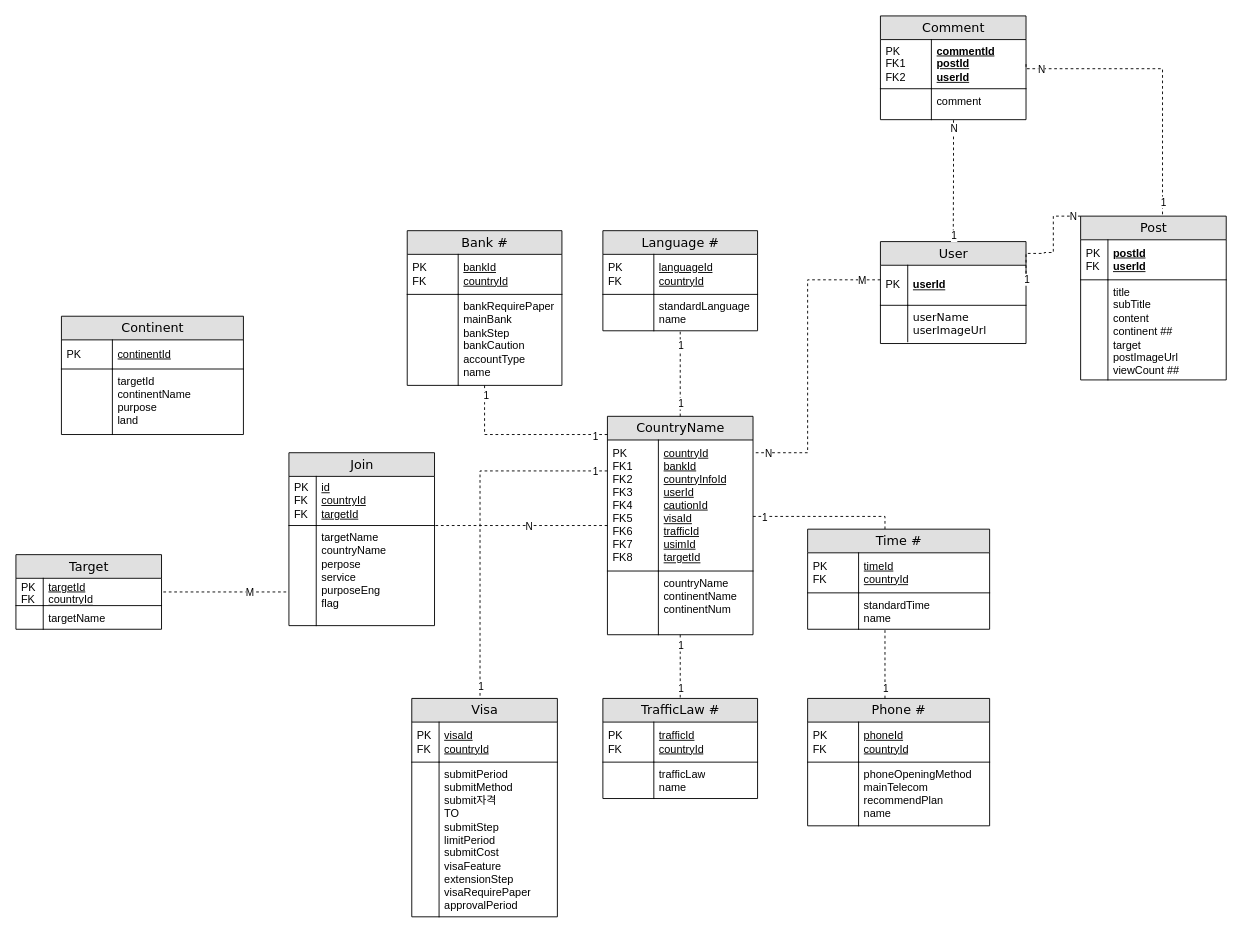
Earlier version of the draw.io diagram ERD.drawio (qwe1234k/finalProjectERD). Source tidied: cells renumbered, new cells numbered last; positions are measured from the earlier drawing's top-left corner, leaving out a move shared by most shapes. Both pictures are drawn from the tidied source at 91%, with x=0, y=0 at pixel (15, 15).
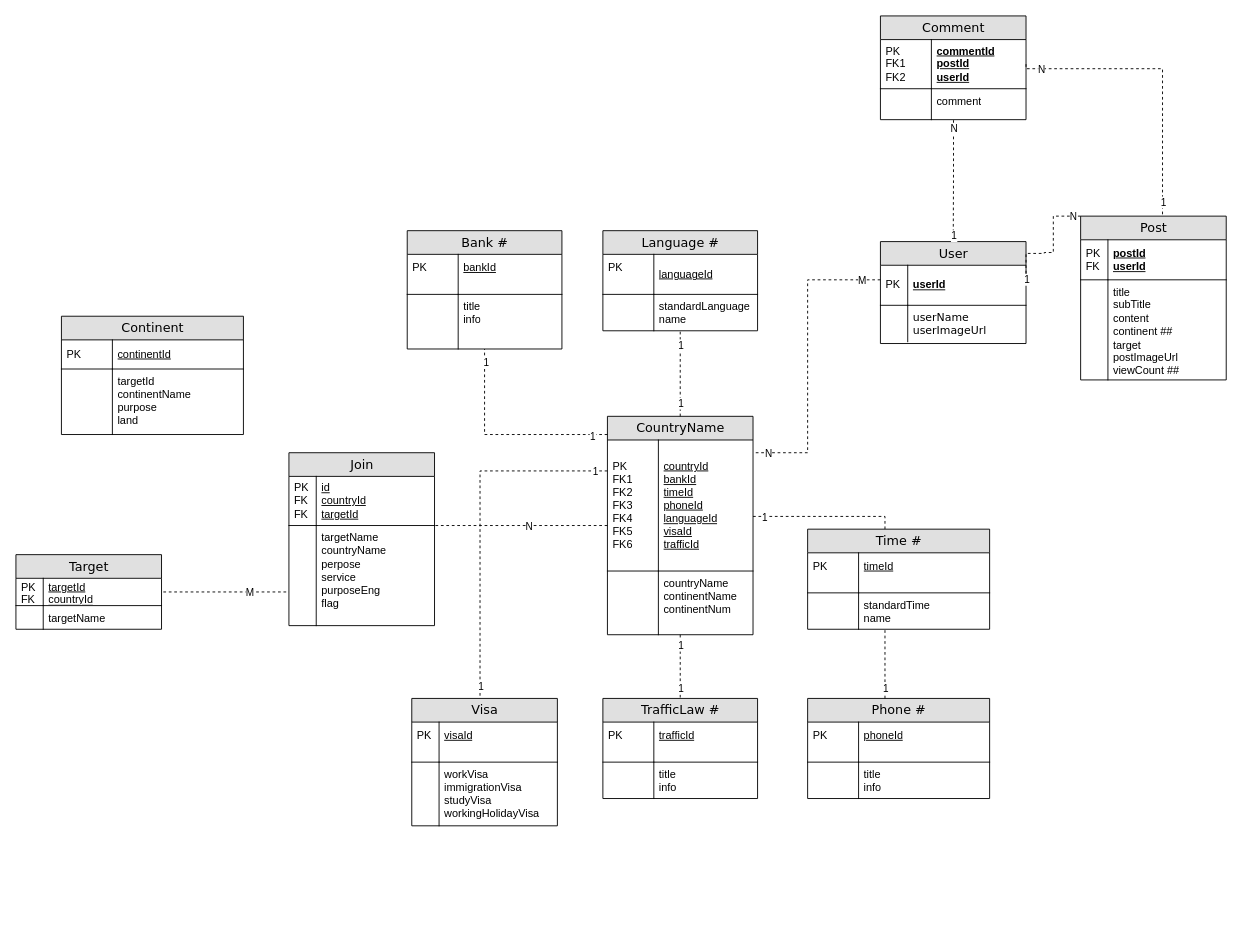
The same diagram, later.

Unchanged cells that the change refers to:
```xml
<mxCell id="12" value="Language #" style="swimlane;html=1;fontStyle=0;horizontal=1;startSize=26;fillColor=#e0e0e0;swimlaneFillColor=#ffffff;align=center;rounded=0;shadow=0;comic=0;labelBackgroundColor=none;strokeWidth=1;fontFamily=Verdana;fontSize=14;" parent="1" vertex="1">
  <mxGeometry x="645" y="236" width="170" height="110" as="geometry" />
</mxCell>
<mxCell id="37" value="TrafficLaw #" style="swimlane;html=1;fontStyle=0;horizontal=1;startSize=26;fillColor=#e0e0e0;swimlaneFillColor=#ffffff;align=center;rounded=0;shadow=0;comic=0;labelBackgroundColor=none;strokeWidth=1;fontFamily=Verdana;fontSize=14;" parent="1" vertex="1">
  <mxGeometry x="645" y="750" width="170" height="110" as="geometry" />
</mxCell>
<mxCell id="47" value="CountryName" style="swimlane;html=1;fontStyle=0;horizontal=1;startSize=26;fillColor=#e0e0e0;swimlaneFillColor=#ffffff;align=center;rounded=0;shadow=0;comic=0;labelBackgroundColor=none;strokeWidth=1;fontFamily=Verdana;fontSize=14;" parent="1" vertex="1">
  <mxGeometry x="650" y="440" width="160" height="240" as="geometry" />
</mxCell>
<mxCell id="82" value="Time #" style="swimlane;html=1;fontStyle=0;horizontal=1;startSize=26;fillColor=#e0e0e0;swimlaneFillColor=#ffffff;align=center;rounded=0;shadow=0;comic=0;labelBackgroundColor=none;strokeWidth=1;fontFamily=Verdana;fontSize=14;" parent="1" vertex="1">
  <mxGeometry x="870" y="564" width="200" height="110" as="geometry" />
</mxCell>
```

Change to the diagram source:
```diff
@@
-    <mxCell id="13" value="languageId&lt;br&gt;countryId" style="shape=partialRectangle;top=0;left=0;right=0;bottom=1;html=1;align=left;verticalAlign=middle;fillColor=none;spacingLeft=60;spacingRight=4;whiteSpace=wrap;overflow=hidden;fontStyle=4;" parent="12" vertex="1">
+    <mxCell id="13" value="languageId&lt;br&gt;" style="shape=partialRectangle;top=0;left=0;right=0;bottom=1;html=1;align=left;verticalAlign=middle;fillColor=none;spacingLeft=60;spacingRight=4;whiteSpace=wrap;overflow=hidden;fontStyle=4;" parent="12" vertex="1">
       <mxGeometry y="26" width="170" height="44" as="geometry" />
     </mxCell>
-    <mxCell id="14" value="&lt;span style=&quot;font-weight: normal&quot;&gt;PK&lt;br&gt;FK&lt;/span&gt;" style="shape=partialRectangle;fontStyle=1;top=0;left=0;bottom=0;html=1;fillColor=none;align=left;verticalAlign=middle;spacingLeft=4;spacingRight=4;whiteSpace=wrap;overflow=hidden;" parent="13" vertex="1">
+    <mxCell id="14" value="&lt;span style=&quot;font-weight: normal&quot;&gt;PK&lt;br&gt;&lt;br&gt;&lt;/span&gt;" style="shape=partialRectangle;fontStyle=1;top=0;left=0;bottom=0;html=1;fillColor=none;align=left;verticalAlign=middle;spacingLeft=4;spacingRight=4;whiteSpace=wrap;overflow=hidden;" parent="13" vertex="1">
       <mxGeometry width="56" height="44" as="geometry" />
     </mxCell>
@@
     <mxCell id="27" value="Visa" style="swimlane;html=1;fontStyle=0;horizontal=1;startSize=26;fillColor=#e0e0e0;swimlaneFillColor=#ffffff;align=center;rounded=0;shadow=0;comic=0;labelBackgroundColor=none;strokeWidth=1;fontFamily=Verdana;fontSize=14;swimlaneLine=1;" parent="1" vertex="1">
-      <mxGeometry x="435" y="750" width="160" height="240" as="geometry" />
+      <mxGeometry x="435" y="750" width="160" height="140" as="geometry" />
     </mxCell>
-    <mxCell id="28" value="&lt;span style=&quot;font-weight: normal&quot;&gt;visaId&lt;br&gt;countryId&lt;br&gt;&lt;/span&gt;" style="shape=partialRectangle;top=0;left=0;right=0;bottom=1;html=1;align=left;verticalAlign=middle;fillColor=none;spacingLeft=34;spacingRight=4;whiteSpace=wrap;overflow=hidden;fontStyle=5;" parent="27" vertex="1">
+    <mxCell id="28" value="&lt;span style=&quot;font-weight: normal&quot;&gt;visaId&lt;br&gt;&lt;br&gt;&lt;/span&gt;" style="shape=partialRectangle;top=0;left=0;right=0;bottom=1;html=1;align=left;verticalAlign=middle;fillColor=none;spacingLeft=34;spacingRight=4;whiteSpace=wrap;overflow=hidden;fontStyle=5;" parent="27" vertex="1">
       <mxGeometry y="26" width="160" height="44" as="geometry" />
     </mxCell>
-    <mxCell id="29" value="PK&lt;br&gt;FK" style="shape=partialRectangle;top=0;left=0;bottom=0;html=1;fillColor=none;align=left;verticalAlign=middle;spacingLeft=4;spacingRight=4;whiteSpace=wrap;overflow=hidden;" parent="28" vertex="1">
+    <mxCell id="29" value="PK&lt;br&gt;&lt;br&gt;" style="shape=partialRectangle;top=0;left=0;bottom=0;html=1;fillColor=none;align=left;verticalAlign=middle;spacingLeft=4;spacingRight=4;whiteSpace=wrap;overflow=hidden;" parent="28" vertex="1">
       <mxGeometry width="30" height="44" as="geometry" />
     </mxCell>
-    <mxCell id="30" value="submitPeriod&lt;br&gt;submitMethod&lt;br&gt;submit자격&lt;br&gt;TO&lt;br&gt;submitStep&lt;br&gt;limitPeriod&lt;br&gt;submitCost&lt;br&gt;visaFeature&lt;br&gt;extensionStep&lt;br&gt;visaRequirePaper&lt;br&gt;approvalPeriod" style="shape=partialRectangle;top=0;left=0;right=0;bottom=0;html=1;align=left;verticalAlign=top;fillColor=none;spacingLeft=34;spacingRight=4;whiteSpace=wrap;overflow=hidden;" parent="27" vertex="1">
-      <mxGeometry y="70" width="160" height="170" as="geometry" />
+    <mxCell id="30" value="workVisa&lt;br&gt;immigrationVisa&lt;br&gt;studyVisa&lt;br&gt;workingHolidayVisa" style="shape=partialRectangle;top=0;left=0;right=0;bottom=0;html=1;align=left;verticalAlign=top;fillColor=none;spacingLeft=34;spacingRight=4;whiteSpace=wrap;overflow=hidden;" parent="27" vertex="1">
+      <mxGeometry y="70" width="160" height="70" as="geometry" />
     </mxCell>
     <mxCell id="31" style="shape=partialRectangle;top=0;left=0;bottom=0;html=1;fillColor=none;align=left;verticalAlign=top;spacingLeft=4;spacingRight=4;whiteSpace=wrap;overflow=hidden;" parent="30" vertex="1">
-      <mxGeometry width="30" height="170" as="geometry" />
+      <mxGeometry width="30" height="70" as="geometry" />
     </mxCell>
     <mxCell id="32" value="Bank #" style="swimlane;html=1;fontStyle=0;horizontal=1;startSize=26;fillColor=#e0e0e0;swimlaneFillColor=#ffffff;align=center;rounded=0;shadow=0;comic=0;labelBackgroundColor=none;strokeWidth=1;fontFamily=Verdana;fontSize=14;" parent="1" vertex="1">
-      <mxGeometry x="430" y="236" width="170" height="170" as="geometry" />
+      <mxGeometry x="430" y="236" width="170" height="130" as="geometry" />
     </mxCell>
-    <mxCell id="33" value="&lt;span style=&quot;font-weight: 400&quot;&gt;bankId&lt;br&gt;countryId&lt;br&gt;&lt;/span&gt;" style="shape=partialRectangle;top=0;left=0;right=0;bottom=1;html=1;align=left;verticalAlign=middle;fillColor=none;spacingLeft=60;spacingRight=4;whiteSpace=wrap;overflow=hidden;fontStyle=5;" parent="32" vertex="1">
+    <mxCell id="33" value="&lt;span style=&quot;font-weight: 400&quot;&gt;bankId&lt;br&gt;&lt;br&gt;&lt;/span&gt;" style="shape=partialRectangle;top=0;left=0;right=0;bottom=1;html=1;align=left;verticalAlign=middle;fillColor=none;spacingLeft=60;spacingRight=4;whiteSpace=wrap;overflow=hidden;fontStyle=5;" parent="32" vertex="1">
       <mxGeometry y="26" width="170" height="44" as="geometry" />
     </mxCell>
-    <mxCell id="34" value="&lt;span style=&quot;font-weight: normal&quot;&gt;PK&lt;br&gt;FK&lt;br&gt;&lt;/span&gt;" style="shape=partialRectangle;fontStyle=1;top=0;left=0;bottom=0;html=1;fillColor=none;align=left;verticalAlign=middle;spacingLeft=4;spacingRight=4;whiteSpace=wrap;overflow=hidden;" parent="33" vertex="1">
+    <mxCell id="34" value="&lt;span style=&quot;font-weight: normal&quot;&gt;PK&lt;br&gt;&lt;br&gt;&lt;/span&gt;" style="shape=partialRectangle;fontStyle=1;top=0;left=0;bottom=0;html=1;fillColor=none;align=left;verticalAlign=middle;spacingLeft=4;spacingRight=4;whiteSpace=wrap;overflow=hidden;" parent="33" vertex="1">
       <mxGeometry width="56" height="44" as="geometry" />
     </mxCell>
-    <mxCell id="35" value="bankRequirePaper&lt;br&gt;mainBank&lt;br&gt;bankStep&lt;br&gt;bankCaution&lt;br&gt;accountType&lt;br&gt;name" style="shape=partialRectangle;top=0;left=0;right=0;bottom=0;html=1;align=left;verticalAlign=top;fillColor=none;spacingLeft=60;spacingRight=4;whiteSpace=wrap;overflow=hidden;" parent="32" vertex="1">
-      <mxGeometry y="70" width="170" height="100" as="geometry" />
+    <mxCell id="35" value="title&lt;br&gt;info&lt;br&gt;" style="shape=partialRectangle;top=0;left=0;right=0;bottom=0;html=1;align=left;verticalAlign=top;fillColor=none;spacingLeft=60;spacingRight=4;whiteSpace=wrap;overflow=hidden;" parent="32" vertex="1">
+      <mxGeometry y="70" width="170" height="60" as="geometry" />
     </mxCell>
     <mxCell id="36" style="shape=partialRectangle;top=0;left=0;bottom=0;html=1;fillColor=none;align=left;verticalAlign=top;spacingLeft=4;spacingRight=4;whiteSpace=wrap;overflow=hidden;" parent="35" vertex="1">
-      <mxGeometry width="56" height="100" as="geometry" />
+      <mxGeometry width="56" height="60" as="geometry" />
     </mxCell>
@@
-    <mxCell id="38" value="&lt;span style=&quot;font-weight: 400&quot;&gt;trafficId&lt;br&gt;countryId&lt;br&gt;&lt;/span&gt;" style="shape=partialRectangle;top=0;left=0;right=0;bottom=1;html=1;align=left;verticalAlign=middle;fillColor=none;spacingLeft=60;spacingRight=4;whiteSpace=wrap;overflow=hidden;fontStyle=5;" parent="37" vertex="1">
+    <mxCell id="38" value="&lt;span style=&quot;font-weight: 400&quot;&gt;trafficId&lt;br&gt;&lt;br&gt;&lt;/span&gt;" style="shape=partialRectangle;top=0;left=0;right=0;bottom=1;html=1;align=left;verticalAlign=middle;fillColor=none;spacingLeft=60;spacingRight=4;whiteSpace=wrap;overflow=hidden;fontStyle=5;" parent="37" vertex="1">
       <mxGeometry y="26" width="170" height="44" as="geometry" />
     </mxCell>
-    <mxCell id="39" value="&lt;span style=&quot;font-weight: normal&quot;&gt;PK&lt;br&gt;FK&lt;br&gt;&lt;/span&gt;" style="shape=partialRectangle;fontStyle=1;top=0;left=0;bottom=0;html=1;fillColor=none;align=left;verticalAlign=middle;spacingLeft=4;spacingRight=4;whiteSpace=wrap;overflow=hidden;" parent="38" vertex="1">
+    <mxCell id="39" value="&lt;span style=&quot;font-weight: normal&quot;&gt;PK&lt;br&gt;&lt;br&gt;&lt;/span&gt;" style="shape=partialRectangle;fontStyle=1;top=0;left=0;bottom=0;html=1;fillColor=none;align=left;verticalAlign=middle;spacingLeft=4;spacingRight=4;whiteSpace=wrap;overflow=hidden;" parent="38" vertex="1">
       <mxGeometry width="56" height="44" as="geometry" />
     </mxCell>
-    <mxCell id="40" value="trafficLaw&lt;br&gt;name" style="shape=partialRectangle;top=0;left=0;right=0;bottom=0;html=1;align=left;verticalAlign=top;fillColor=none;spacingLeft=60;spacingRight=4;whiteSpace=wrap;overflow=hidden;" parent="37" vertex="1">
+    <mxCell id="40" value="title&lt;br&gt;info&lt;br&gt;" style="shape=partialRectangle;top=0;left=0;right=0;bottom=0;html=1;align=left;verticalAlign=top;fillColor=none;spacingLeft=60;spacingRight=4;whiteSpace=wrap;overflow=hidden;" parent="37" vertex="1">
       <mxGeometry y="70" width="170" height="40" as="geometry" />
     </mxCell>
@@
     <mxCell id="42" value="Phone #" style="swimlane;html=1;fontStyle=0;horizontal=1;startSize=26;fillColor=#e0e0e0;swimlaneFillColor=#ffffff;align=center;rounded=0;shadow=0;comic=0;labelBackgroundColor=none;strokeWidth=1;fontFamily=Verdana;fontSize=14;" parent="1" vertex="1">
-      <mxGeometry x="870" y="750" width="200" height="140" as="geometry" />
+      <mxGeometry x="870" y="750" width="200" height="110" as="geometry" />
     </mxCell>
-    <mxCell id="43" value="&lt;span style=&quot;font-weight: 400&quot;&gt;phoneId&lt;br&gt;countryId&lt;br&gt;&lt;/span&gt;" style="shape=partialRectangle;top=0;left=0;right=0;bottom=1;html=1;align=left;verticalAlign=middle;fillColor=none;spacingLeft=60;spacingRight=4;whiteSpace=wrap;overflow=hidden;fontStyle=5;" parent="42" vertex="1">
+    <mxCell id="43" value="&lt;span style=&quot;font-weight: 400&quot;&gt;phoneId&lt;br&gt;&lt;br&gt;&lt;/span&gt;" style="shape=partialRectangle;top=0;left=0;right=0;bottom=1;html=1;align=left;verticalAlign=middle;fillColor=none;spacingLeft=60;spacingRight=4;whiteSpace=wrap;overflow=hidden;fontStyle=5;" parent="42" vertex="1">
       <mxGeometry y="26" width="200" height="44" as="geometry" />
     </mxCell>
-    <mxCell id="44" value="&lt;span style=&quot;font-weight: normal&quot;&gt;PK&lt;br&gt;FK&lt;br&gt;&lt;/span&gt;" style="shape=partialRectangle;fontStyle=1;top=0;left=0;bottom=0;html=1;fillColor=none;align=left;verticalAlign=middle;spacingLeft=4;spacingRight=4;whiteSpace=wrap;overflow=hidden;" parent="43" vertex="1">
+    <mxCell id="44" value="&lt;span style=&quot;font-weight: normal&quot;&gt;PK&lt;br&gt;&lt;br&gt;&lt;/span&gt;" style="shape=partialRectangle;fontStyle=1;top=0;left=0;bottom=0;html=1;fillColor=none;align=left;verticalAlign=middle;spacingLeft=4;spacingRight=4;whiteSpace=wrap;overflow=hidden;" parent="43" vertex="1">
       <mxGeometry width="56" height="44" as="geometry" />
     </mxCell>
-    <mxCell id="45" value="phoneOpeningMethod&lt;br&gt;mainTelecom&lt;br&gt;recommendPlan&lt;br&gt;name" style="shape=partialRectangle;top=0;left=0;right=0;bottom=0;html=1;align=left;verticalAlign=top;fillColor=none;spacingLeft=60;spacingRight=4;whiteSpace=wrap;overflow=hidden;" parent="42" vertex="1">
-      <mxGeometry y="70" width="200" height="70" as="geometry" />
+    <mxCell id="45" value="title&lt;br&gt;info" style="shape=partialRectangle;top=0;left=0;right=0;bottom=0;html=1;align=left;verticalAlign=top;fillColor=none;spacingLeft=60;spacingRight=4;whiteSpace=wrap;overflow=hidden;" parent="42" vertex="1">
+      <mxGeometry y="70" width="200" height="40" as="geometry" />
     </mxCell>
     <mxCell id="46" style="shape=partialRectangle;top=0;left=0;bottom=0;html=1;fillColor=none;align=left;verticalAlign=top;spacingLeft=4;spacingRight=4;whiteSpace=wrap;overflow=hidden;" parent="45" vertex="1">
-      <mxGeometry width="56" height="70" as="geometry" />
+      <mxGeometry width="56" height="40" as="geometry" />
     </mxCell>
@@
-    <mxCell id="48" value="&lt;font face=&quot;helvetica&quot; style=&quot;font-weight: normal&quot;&gt;countryId&lt;br&gt;bankId&lt;br&gt;countryInfoId&lt;br&gt;userId&lt;br&gt;cautionId&lt;br&gt;visaId&lt;br&gt;trafficId&lt;br&gt;usimId&lt;br&gt;targetId&lt;br&gt;&lt;/font&gt;" style="shape=partialRectangle;top=0;left=0;right=0;bottom=1;html=1;align=left;verticalAlign=middle;fillColor=none;spacingLeft=60;spacingRight=4;whiteSpace=wrap;overflow=hidden;fontStyle=5;" parent="47" vertex="1">
+    <mxCell id="48" value="&lt;font face=&quot;helvetica&quot; style=&quot;font-weight: normal&quot;&gt;countryId&lt;br&gt;bankId&lt;br&gt;&lt;/font&gt;&lt;span style=&quot;font-weight: 400;&quot;&gt;timeId&lt;/span&gt;&lt;br style=&quot;font-weight: 400;&quot;&gt;&lt;span style=&quot;font-weight: 400;&quot;&gt;phoneId&lt;/span&gt;&lt;br style=&quot;font-weight: 400;&quot;&gt;&lt;span style=&quot;font-weight: 400;&quot;&gt;languageId&lt;/span&gt;&lt;font face=&quot;helvetica&quot; style=&quot;font-weight: normal&quot;&gt;&lt;br&gt;visaId&lt;br&gt;trafficId&lt;br&gt;&lt;/font&gt;" style="shape=partialRectangle;top=0;left=0;right=0;bottom=1;html=1;align=left;verticalAlign=middle;fillColor=none;spacingLeft=60;spacingRight=4;whiteSpace=wrap;overflow=hidden;fontStyle=5;" parent="47" vertex="1">
       <mxGeometry y="26" width="160" height="144" as="geometry" />
     </mxCell>
-    <mxCell id="49" value="&lt;span style=&quot;font-weight: normal&quot;&gt;PK&lt;br&gt;FK1&lt;br&gt;FK2&lt;br&gt;FK3&lt;br&gt;FK4&lt;br&gt;FK5&lt;br&gt;FK6&lt;br&gt;FK7&lt;br&gt;FK8&lt;br&gt;&lt;/span&gt;" style="shape=partialRectangle;fontStyle=1;top=0;left=0;bottom=0;html=1;fillColor=none;align=left;verticalAlign=middle;spacingLeft=4;spacingRight=4;whiteSpace=wrap;overflow=hidden;" parent="48" vertex="1">
+    <mxCell id="49" value="&lt;span style=&quot;font-weight: normal&quot;&gt;PK&lt;br&gt;FK1&lt;br&gt;FK2&lt;br&gt;FK3&lt;br&gt;FK4&lt;br&gt;FK5&lt;br&gt;FK6&lt;br&gt;&lt;/span&gt;" style="shape=partialRectangle;fontStyle=1;top=0;left=0;bottom=0;html=1;fillColor=none;align=left;verticalAlign=middle;spacingLeft=4;spacingRight=4;whiteSpace=wrap;overflow=hidden;" parent="48" vertex="1">
       <mxGeometry width="56" height="144" as="geometry" />
     </mxCell>
@@
-    <mxCell id="83" value="&lt;span style=&quot;font-weight: 400&quot;&gt;timeId&lt;br&gt;countryId&lt;br&gt;&lt;/span&gt;" style="shape=partialRectangle;top=0;left=0;right=0;bottom=1;html=1;align=left;verticalAlign=middle;fillColor=none;spacingLeft=60;spacingRight=4;whiteSpace=wrap;overflow=hidden;fontStyle=5;" parent="82" vertex="1">
+    <mxCell id="83" value="&lt;span style=&quot;font-weight: 400&quot;&gt;timeId&lt;br&gt;&lt;br&gt;&lt;/span&gt;" style="shape=partialRectangle;top=0;left=0;right=0;bottom=1;html=1;align=left;verticalAlign=middle;fillColor=none;spacingLeft=60;spacingRight=4;whiteSpace=wrap;overflow=hidden;fontStyle=5;" parent="82" vertex="1">
       <mxGeometry y="26" width="200" height="44" as="geometry" />
     </mxCell>
-    <mxCell id="84" value="&lt;span style=&quot;font-weight: normal&quot;&gt;PK&lt;br&gt;FK&lt;br&gt;&lt;/span&gt;" style="shape=partialRectangle;fontStyle=1;top=0;left=0;bottom=0;html=1;fillColor=none;align=left;verticalAlign=middle;spacingLeft=4;spacingRight=4;whiteSpace=wrap;overflow=hidden;" parent="83" vertex="1">
+    <mxCell id="84" value="&lt;span style=&quot;font-weight: normal&quot;&gt;PK&lt;br&gt;&lt;br&gt;&lt;/span&gt;" style="shape=partialRectangle;fontStyle=1;top=0;left=0;bottom=0;html=1;fillColor=none;align=left;verticalAlign=middle;spacingLeft=4;spacingRight=4;whiteSpace=wrap;overflow=hidden;" parent="83" vertex="1">
       <mxGeometry width="56" height="44" as="geometry" />
     </mxCell>
```
